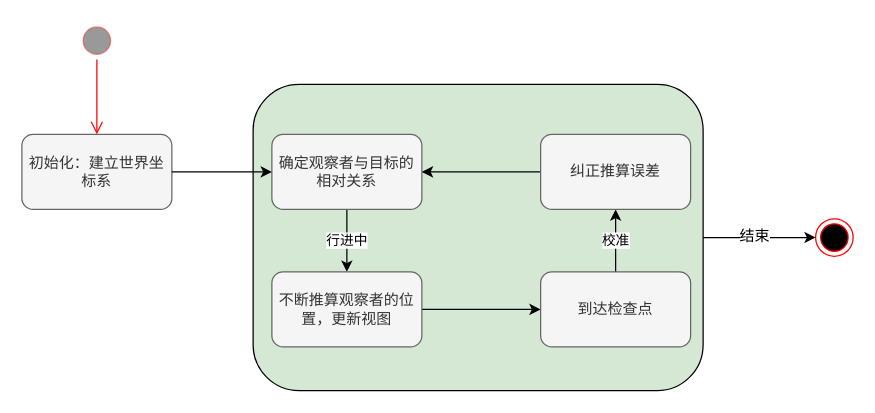
wangziji/graphics keeps this draw.io diagram as page "Page-13" (13 of 16) of AR 客户端架构.drawio. Above is the earlier version. Source tidied: cells renumbered, new cells numbered last; positions are measured from the earlier drawing's top-left corner, leaving out a move shared by most shapes. Both pictures are drawn from the tidied source at 125%, with x=0, y=0 at pixel (21, 21).
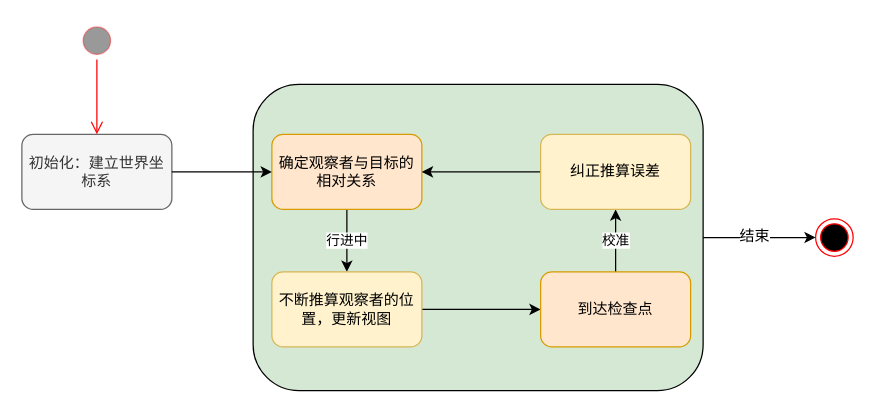
The same page after the edit.

What changed in the source:
```diff
@@
 <mxGraphModel>
   <root>
     <mxCell id="0" />
     <mxCell id="1" parent="0" />
     <mxCell id="2" style="rounded=1;whiteSpace=wrap;html=1;fillColor=#D5E8D4;" parent="1" vertex="1">
       <mxGeometry x="185" y="50" width="360" height="245" as="geometry" />
     </mxCell>
     <mxCell id="3" style="ellipse;html=1;shape=startState;fillColor=#000000;strokeColor=#ff0000;opacity=40;" parent="1" vertex="1">
       <mxGeometry x="45" width="30" height="30" as="geometry" />
     </mxCell>
     <mxCell id="4" style="edgeStyle=orthogonalEdgeStyle;html=1;verticalAlign=bottom;endArrow=open;endSize=8;strokeColor=#ff0000;" parent="1" edge="1" source="3">
       <mxGeometry relative="1" as="geometry">
         <mxPoint x="60" y="90" as="targetPoint" />
       </mxGeometry>
     </mxCell>
     <mxCell id="5" value="初始化：建立世界坐标系" style="rounded=1;whiteSpace=wrap;html=1;fillColor=#f5f5f5;strokeColor=#666666;fontColor=#333333;" parent="1" vertex="1">
       <mxGeometry y="90" width="120" height="60" as="geometry" />
     </mxCell>
     <mxCell id="6" value="行进中" style="edgeStyle=orthogonalEdgeStyle;rounded=0;jettySize=auto;html=1;exitX=0.5;exitY=1;exitDx=0;exitDy=0;entryX=0.5;entryY=0;entryDx=0;entryDy=0;" parent="1" edge="1" source="7" target="9">
       <mxGeometry relative="1" as="geometry" />
     </mxCell>
-    <mxCell id="7" value="确定观察者与目标的相对关系" style="rounded=1;whiteSpace=wrap;html=1;fillColor=#f5f5f5;strokeColor=#666666;fontColor=#333333;" parent="1" vertex="1">
+    <mxCell id="7" value="确定观察者与目标的相对关系" style="rounded=1;whiteSpace=wrap;html=1;fillColor=#ffe6cc;strokeColor=#d79b00;" parent="1" vertex="1">
       <mxGeometry x="200" y="90" width="120" height="60" as="geometry" />
     </mxCell>
     <mxCell id="8" style="edgeStyle=orthogonalEdgeStyle;rounded=0;jettySize=auto;html=1;exitX=1;exitY=0.5;exitDx=0;exitDy=0;entryX=0;entryY=0.5;entryDx=0;entryDy=0;" parent="1" edge="1" source="9" target="11">
       <mxGeometry relative="1" as="geometry" />
     </mxCell>
-    <mxCell id="9" value="不断推算观察者的位置，更新视图" style="rounded=1;whiteSpace=wrap;html=1;fillColor=#f5f5f5;strokeColor=#666666;fontColor=#333333;" parent="1" vertex="1">
+    <mxCell id="9" value="不断推算观察者的位置，更新视图" style="rounded=1;whiteSpace=wrap;html=1;fillColor=#fff2cc;strokeColor=#d6b656;" parent="1" vertex="1">
       <mxGeometry x="200" y="200" width="120" height="60" as="geometry" />
     </mxCell>
     <mxCell id="10" value="校准" style="edgeStyle=orthogonalEdgeStyle;rounded=0;jettySize=auto;html=1;exitX=0.5;exitY=0;exitDx=0;exitDy=0;entryX=0.5;entryY=1;entryDx=0;entryDy=0;" parent="1" edge="1" source="11" target="13">
       <mxGeometry relative="1" as="geometry" />
     </mxCell>
-    <mxCell id="11" value="到达检查点" style="rounded=1;whiteSpace=wrap;html=1;fillColor=#f5f5f5;strokeColor=#666666;fontColor=#333333;" parent="1" vertex="1">
+    <mxCell id="11" value="到达检查点" style="rounded=1;whiteSpace=wrap;html=1;fillColor=#ffe6cc;strokeColor=#d79b00;" parent="1" vertex="1">
       <mxGeometry x="415" y="200" width="120" height="60" as="geometry" />
     </mxCell>
     <mxCell id="12" style="edgeStyle=orthogonalEdgeStyle;rounded=0;jettySize=auto;html=1;exitX=0;exitY=0.5;exitDx=0;exitDy=0;entryX=1;entryY=0.5;entryDx=0;entryDy=0;" parent="1" edge="1" source="13" target="7">
       <mxGeometry relative="1" as="geometry" />
     </mxCell>
-    <mxCell id="13" value="纠正推算误差" style="rounded=1;whiteSpace=wrap;html=1;fillColor=#f5f5f5;strokeColor=#666666;fontColor=#333333;" parent="1" vertex="1">
+    <mxCell id="13" value="纠正推算误差" style="rounded=1;whiteSpace=wrap;html=1;fillColor=#fff2cc;strokeColor=#d6b656;" parent="1" vertex="1">
       <mxGeometry x="415" y="90" width="120" height="60" as="geometry" />
     </mxCell>
     <mxCell id="14" style="endArrow=classic;html=1;exitX=1;exitY=0.5;exitDx=0;exitDy=0;entryX=0;entryY=0.5;entryDx=0;entryDy=0;" parent="1" edge="1" source="5" target="7">
       <mxGeometry relative="1" as="geometry" />
     </mxCell>
     <mxCell id="15" style="ellipse;html=1;shape=endState;fillColor=#000000;strokeColor=#ff0000;" parent="1" vertex="1">
       <mxGeometry x="635" y="157.5" width="30" height="30" as="geometry" />
     </mxCell>
     <mxCell id="16" style="endArrow=classic;html=1;exitX=1;exitY=0.5;exitDx=0;exitDy=0;entryX=0;entryY=0.5;entryDx=0;entryDy=0;" parent="1" edge="1" source="2" target="15">
       <mxGeometry relative="1" as="geometry" />
     </mxCell>
     <mxCell id="17" value="结束" style="text;html=1;align=center;verticalAlign=middle;labelBackgroundColor=#ffffff;" parent="16" vertex="1">
       <mxGeometry x="-0.11" y="2" relative="1" as="geometry">
         <mxPoint y="1" as="offset" />
       </mxGeometry>
     </mxCell>
   </root>
 </mxGraphModel>
```
